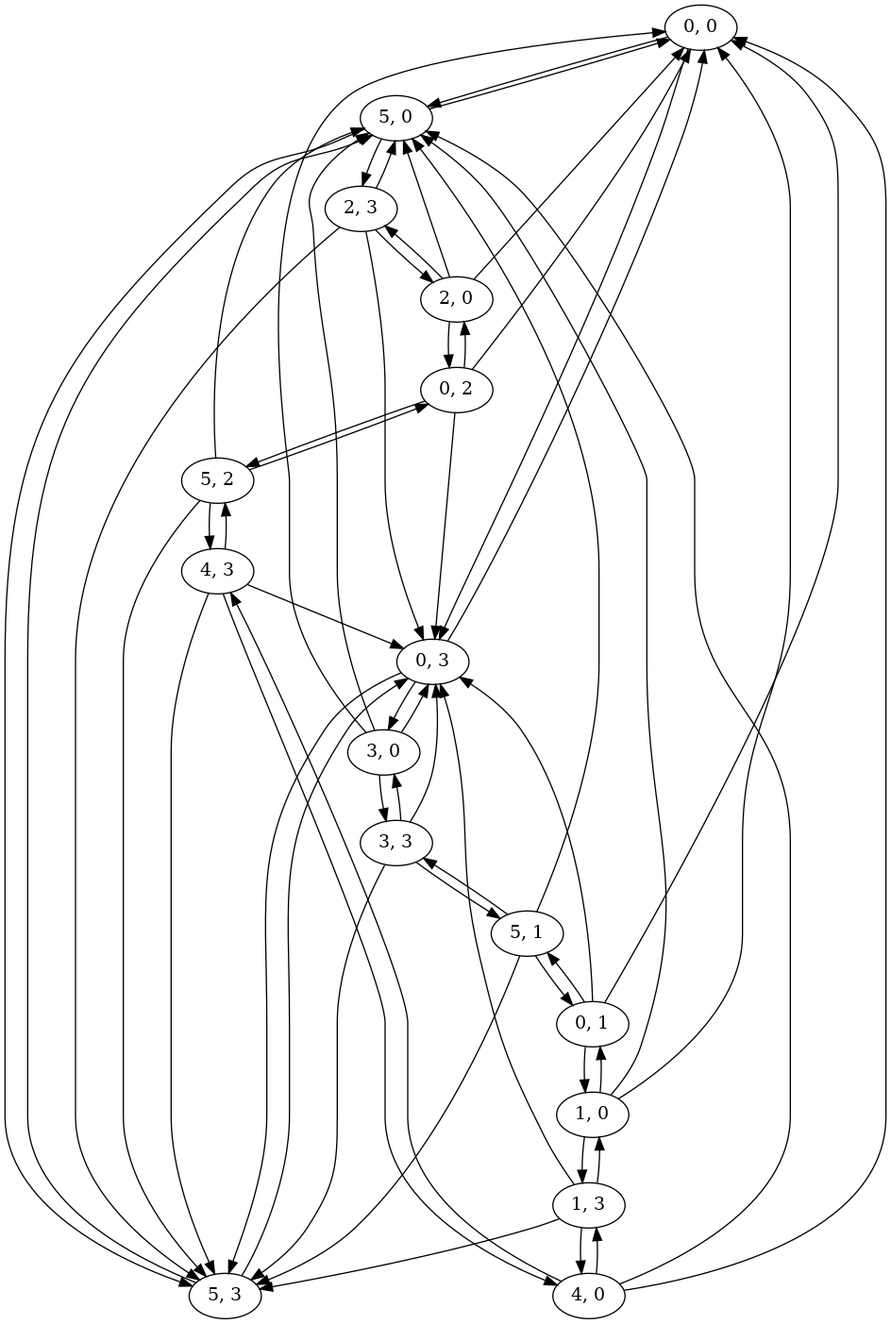
Earlier version of the Graphviz export sceau.png (samsoucoupe/concept-a-ia). Its source is kept beside it as sceau.dot.
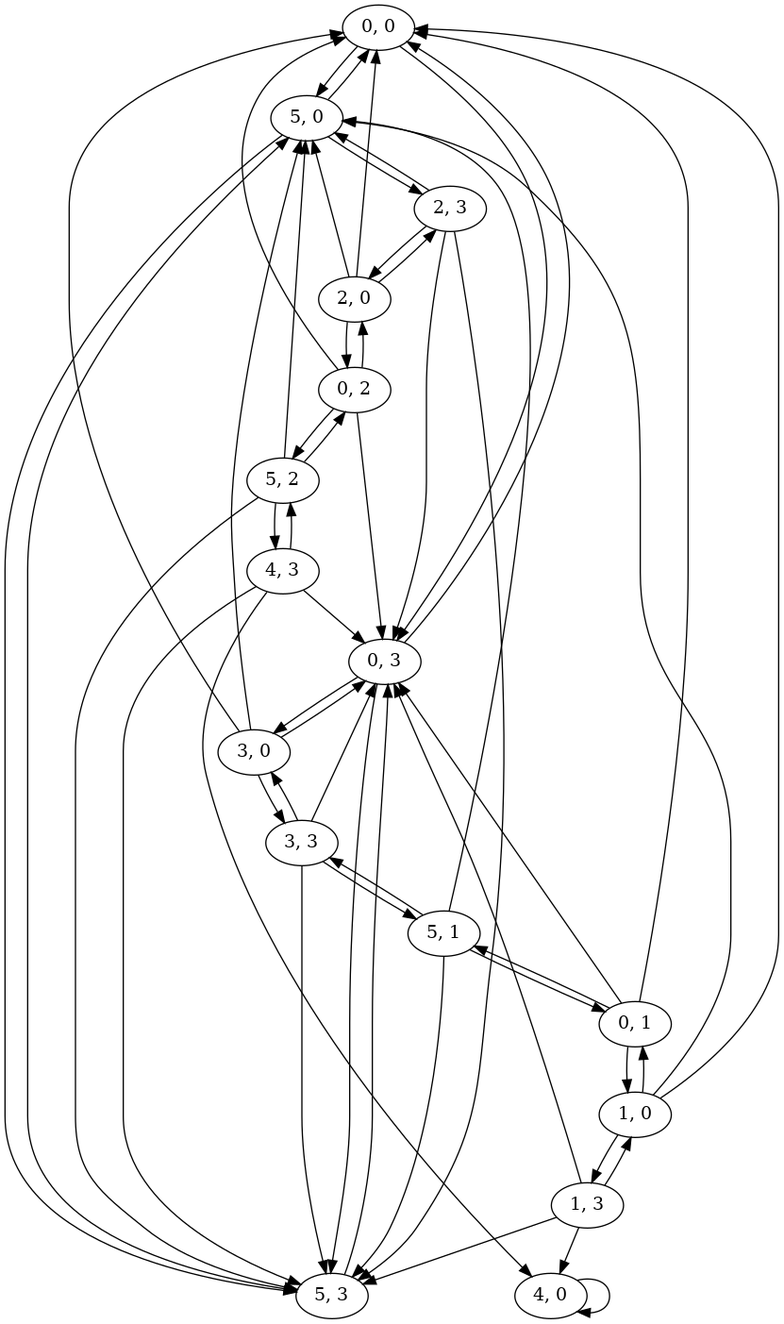
The same file after the commit.

Change to the diagram source:
```diff
@@ -41,20 +41,17 @@
 	"4, 3" -> "5, 3"
 	"4, 3" -> "4, 0"
 	"4, 3" -> "5, 2"
-	"4, 0" -> "0, 0"
-	"4, 0" -> "5, 0"
-	"4, 0" -> "1, 3"
-	"4, 0" -> "4, 3"
+	"4, 0" -> "4, 0"
+	"0, 1" -> "5, 1"
+	"0, 1" -> "0, 0"
+	"0, 1" -> "0, 3"
+	"0, 1" -> "1, 0"
+	"1, 0" -> "0, 0"
+	"1, 0" -> "5, 0"
+	"1, 0" -> "0, 1"
+	"1, 0" -> "1, 3"
 	"1, 3" -> "0, 3"
 	"1, 3" -> "5, 3"
 	"1, 3" -> "1, 0"
 	"1, 3" -> "4, 0"
-	"1, 0" -> "0, 0"
-	"1, 0" -> "5, 0"
-	"1, 0" -> "0, 1"
-	"1, 0" -> "1, 3"
-	"0, 1" -> "5, 1"
-	"0, 1" -> "0, 0"
-	"0, 1" -> "0, 3"
-	"0, 1" -> "1, 0"
 }
```
